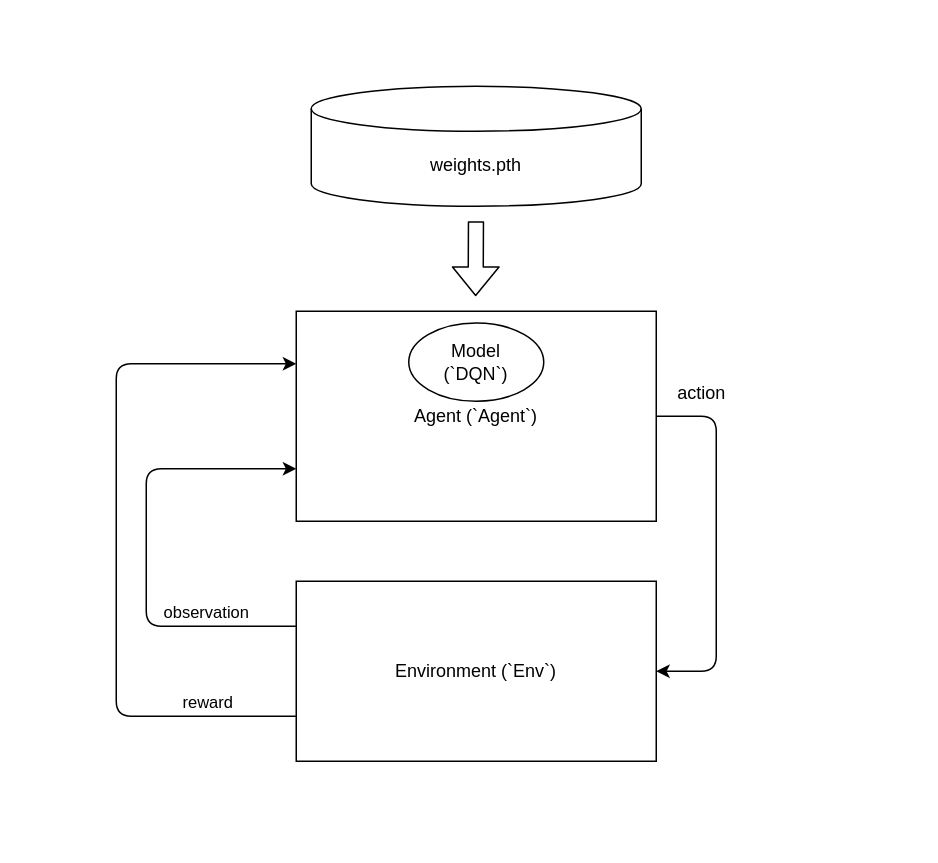
This is data/system_infer.dio from chaseruskin/lunar-lander, a draw.io file, before an edit. Source tidied: cells renumbered, new cells numbered last; positions are measured from the earlier drawing's top-left corner, leaving out a move shared by most shapes. Both pictures are drawn from the tidied source at 150%, with x=0, y=0 at pixel (116, 86).
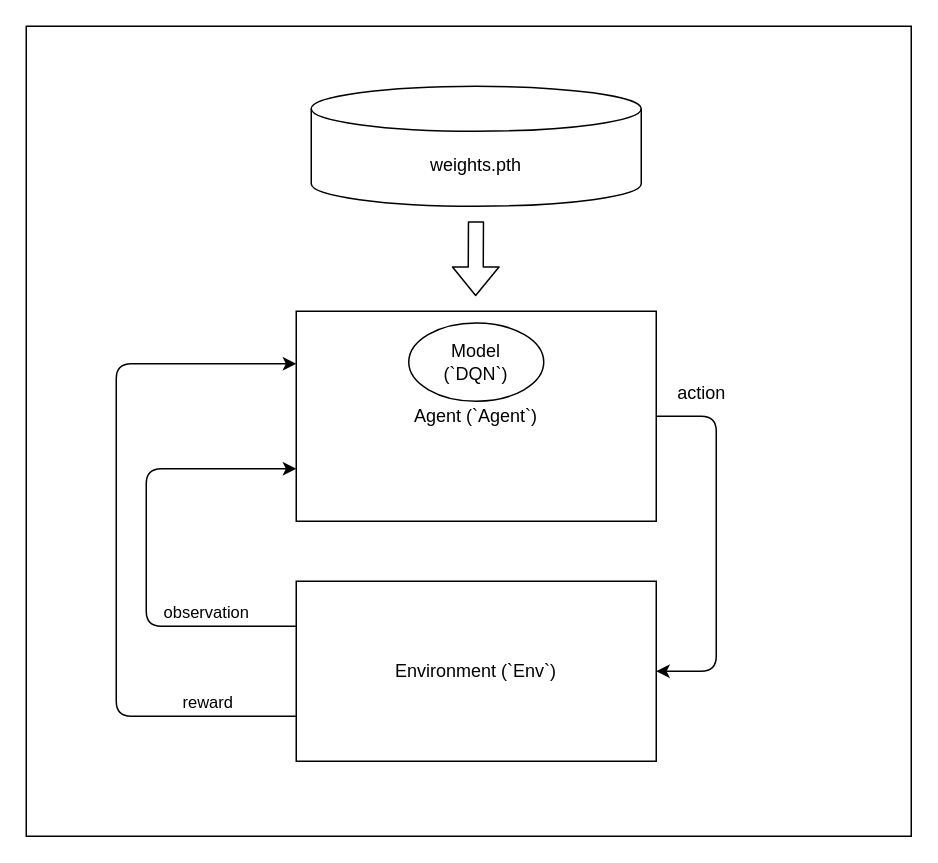
Above is the later version.

What changed in the source:
```diff
@@
+    <mxCell id="14" style="rounded=0;whiteSpace=wrap;html=1;" parent="1" vertex="1">
+      <mxGeometry x="-60" y="-40" width="590" height="540" as="geometry" />
+    </mxCell>
```
